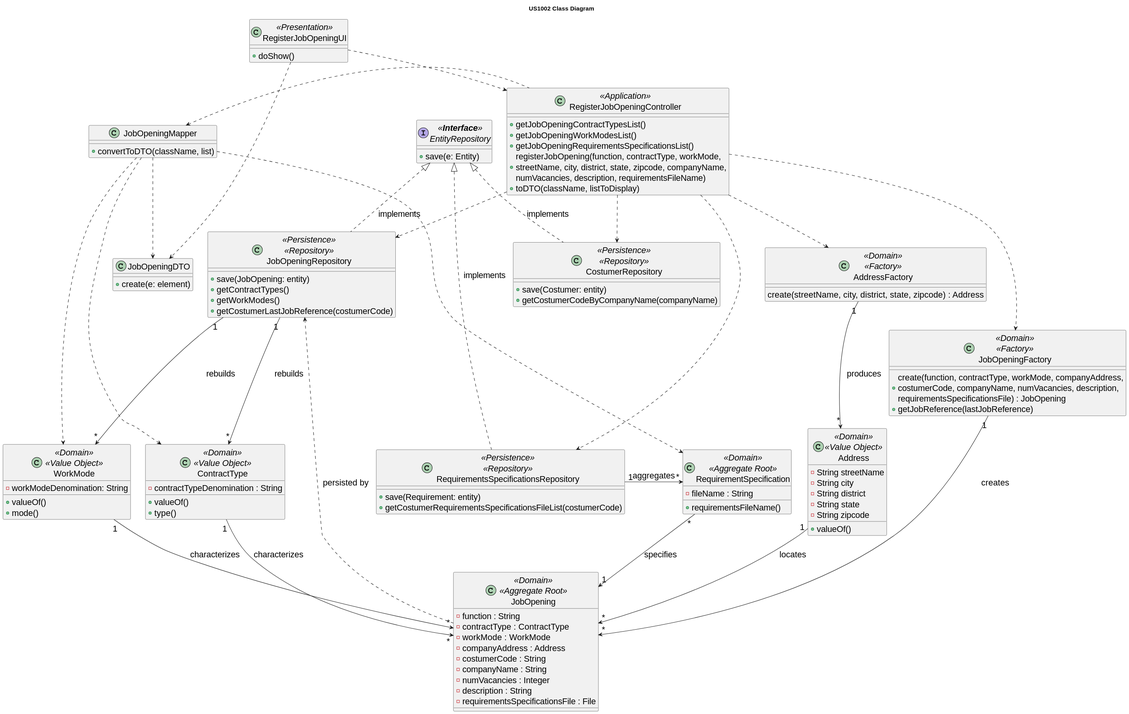
rita-barbosa/LAPR4-2324 keeps this PlantUML diagram as docs/sb_us_1002/US1002_Class_Diagram/US1002_class_diagram.svg. Above is the earlier version.
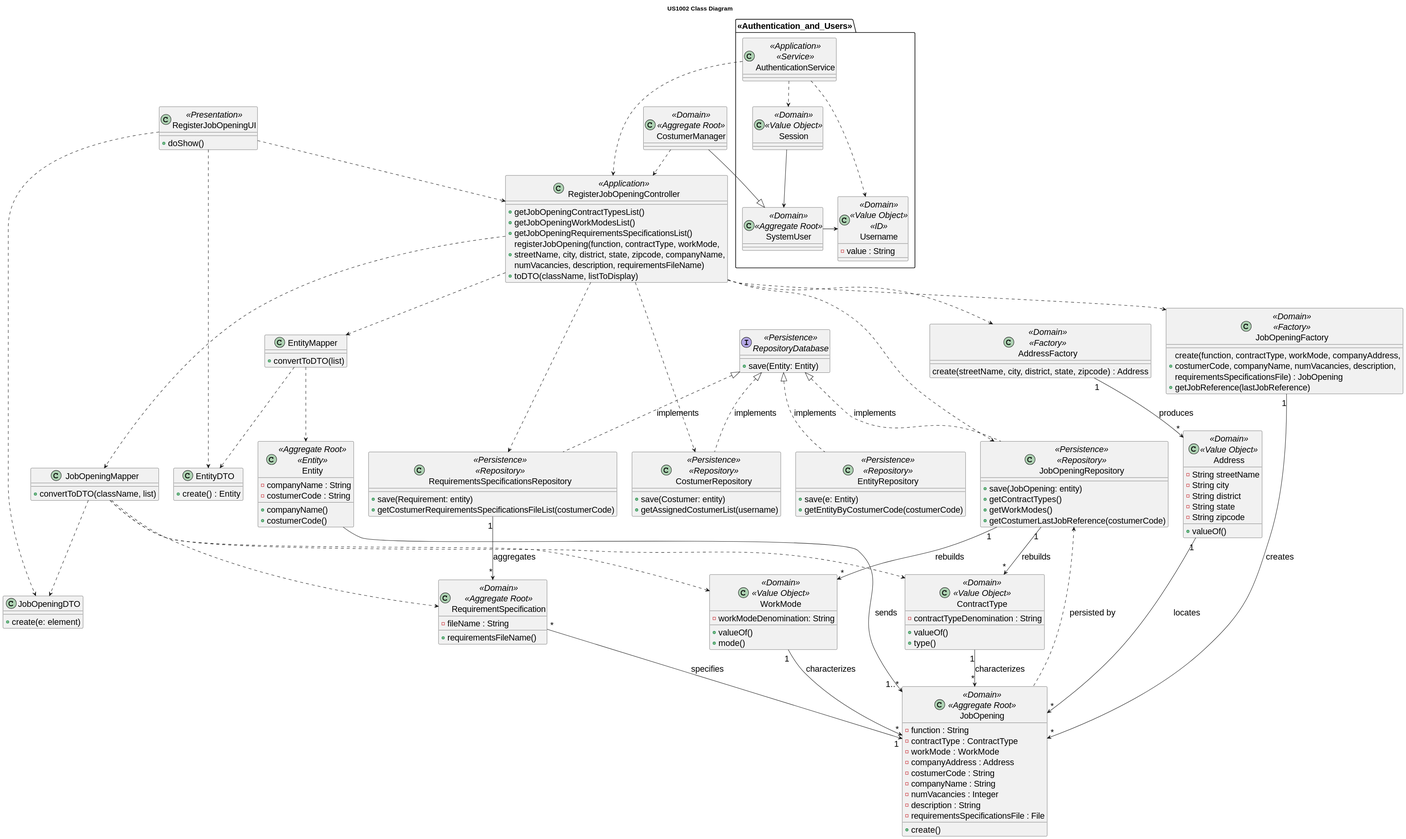
After the change.

Commit message:
docs: Diagrams update, readme session update conforming new client clarifications

Change to the diagram source:
```diff
@@ -9,6 +9,14 @@
 
 class JobOpeningDTO {
 + create(e: element)
+}
+
+class EntityMapper {
++ convertToDTO(list)
+}
+
+class EntityDTO {
++ create() : Entity
 }
 
 
@@ -29,6 +37,19 @@
 - fileName : String
 + requirementsFileName()
 }
+
+package <<Authentication_and_Users>> {
+class AuthenticationService <<Application>> <<Service>> {
+}
+class Session <<Domain>> <<Value Object>> {}
+class SystemUser <<Domain>> <<Aggregate Root>> {}
+class Username <<Domain>> <<Value Object>> <<ID>> {
+- value : String
+}
+}
+
+class CostumerManager <<Domain>> <<Aggregate Root>> {}
+
 
 class AddressFactory <<Domain>> <<Factory>> {
 create(streetName, city, district, state, zipcode) : Address
@@ -56,6 +77,7 @@
 - numVacancies : Integer
 - description : String
 - requirementsSpecificationsFile : File
++ create()
 }
 
 class WorkMode <<Domain>> <<Value Object>> {
@@ -70,6 +92,13 @@
 + type()
 }
 
+class Entity <<Aggregate Root>> <<Entity>> {
+- companyName : String
+- costumerCode : String
++ companyName()
++ costumerCode()
+}
+
 class JobOpeningRepository <<Persistence>> <<Repository>> {
 + save(JobOpening: entity)
 + getContractTypes()
@@ -80,7 +109,7 @@
 
 class CostumerRepository <<Persistence>> <<Repository>> {
 + save(Costumer: entity)
-+ getCostumerCodeByCompanyName(companyName)
++ getAssignedCostumerList(username)
 }
 
 class RequirementsSpecificationsRepository <<Persistence>> <<Repository>> {
@@ -88,10 +117,16 @@
 + getCostumerRequirementsSpecificationsFileList(costumerCode)
 }
 
-interface EntityRepository <<**Interface**>> {
+class EntityRepository  <<Persistence>> <<Repository>>  {
 + save(e: Entity)
++ getEntityByCostumerCode(costumerCode)
 }
 
+interface RepositoryDatabase <<Persistence>> {
++ save(Entity: Entity)
+}
+
+CostumerManager ..> RegisterJobOpeningController
 RegisterJobOpeningUI ..> RegisterJobOpeningController
 RegisterJobOpeningController ...> RequirementsSpecificationsRepository
 RegisterJobOpeningController .> CostumerRepository
@@ -105,20 +140,33 @@
 WorkMode "1" --> "*" JobOpening : characterizes
 ContractType "1" --> "*" JobOpening  : characterizes
 RequirementSpecification "*" --> "1" JobOpening : specifies
+Entity --> "1..*" JobOpening : sends
 
 JobOpeningRepository "1" --> "*" ContractType : rebuilds
 JobOpeningRepository "1" --> "*" WorkMode : rebuilds
 JobOpeningRepository <.. JobOpening : persisted by
 RequirementsSpecificationsRepository "1" -> "*" RequirementSpecification : aggregates
 
-EntityRepository <|.. JobOpeningRepository : implements
-EntityRepository <|.. CostumerRepository : implements
-EntityRepository <|.. RequirementsSpecificationsRepository : implements
+RepositoryDatabase <|.. JobOpeningRepository : implements
+RepositoryDatabase <|.. CostumerRepository : implements
+RepositoryDatabase <|.. RequirementsSpecificationsRepository : implements
+RepositoryDatabase <|.. EntityRepository : implements
 
 JobOpeningMapper ..> JobOpeningDTO
-RegisterJobOpeningController ..left> JobOpeningMapper
+EntityMapper ..> EntityDTO
+EntityMapper ..> Entity
+RegisterJobOpeningController ..> EntityMapper
+RegisterJobOpeningController ...> JobOpeningMapper
 JobOpeningMapper ..> ContractType
 JobOpeningMapper ..> WorkMode
 JobOpeningMapper ..> RequirementSpecification
 RegisterJobOpeningUI ..> JobOpeningDTO
+RegisterJobOpeningUI ..> EntityDTO
+
+Session --> SystemUser
+SystemUser -> Username
+AuthenticationService ..> Username
+AuthenticationService ..> Session
+AuthenticationService ..> RegisterJobOpeningController
+CostumerManager --|> SystemUser
 @enduml
```
